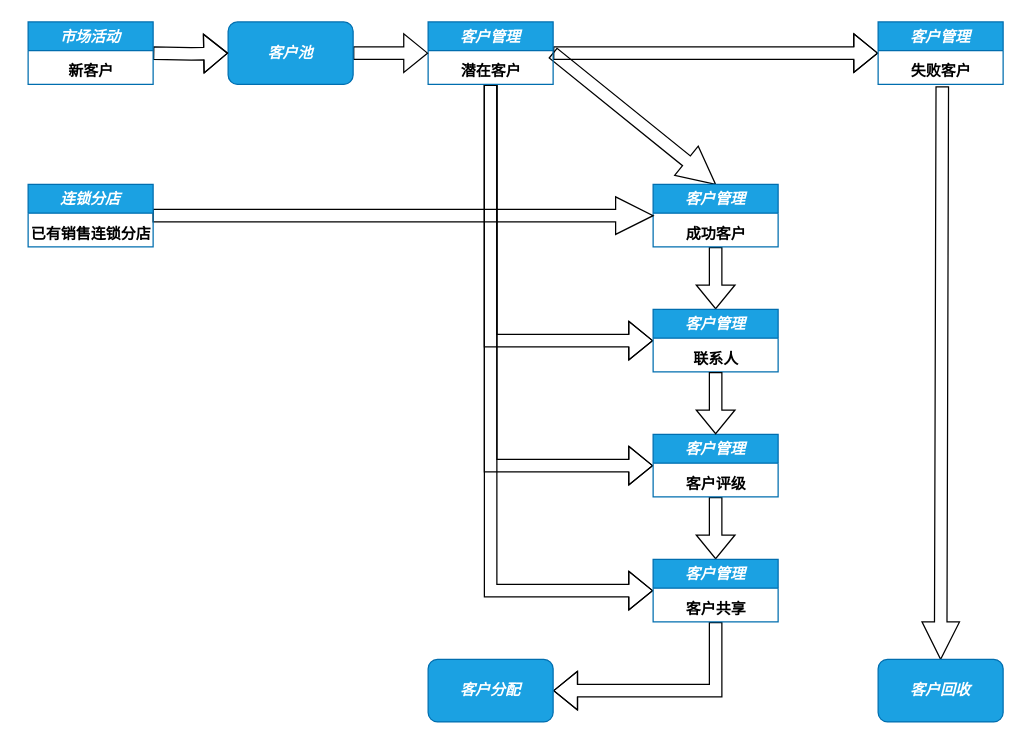
rosickyli/Oracle_function keeps this draw.io diagram as page "客户管理" (2 of 3) of Untitled Diagram.drawio. Above is the earlier version. Source tidied: cells renumbered, new cells numbered last; positions are measured from the earlier drawing's top-left corner, leaving out a move shared by most shapes. Both pictures are drawn from the tidied source at 125%, with x=0, y=0 at pixel (21, 21).
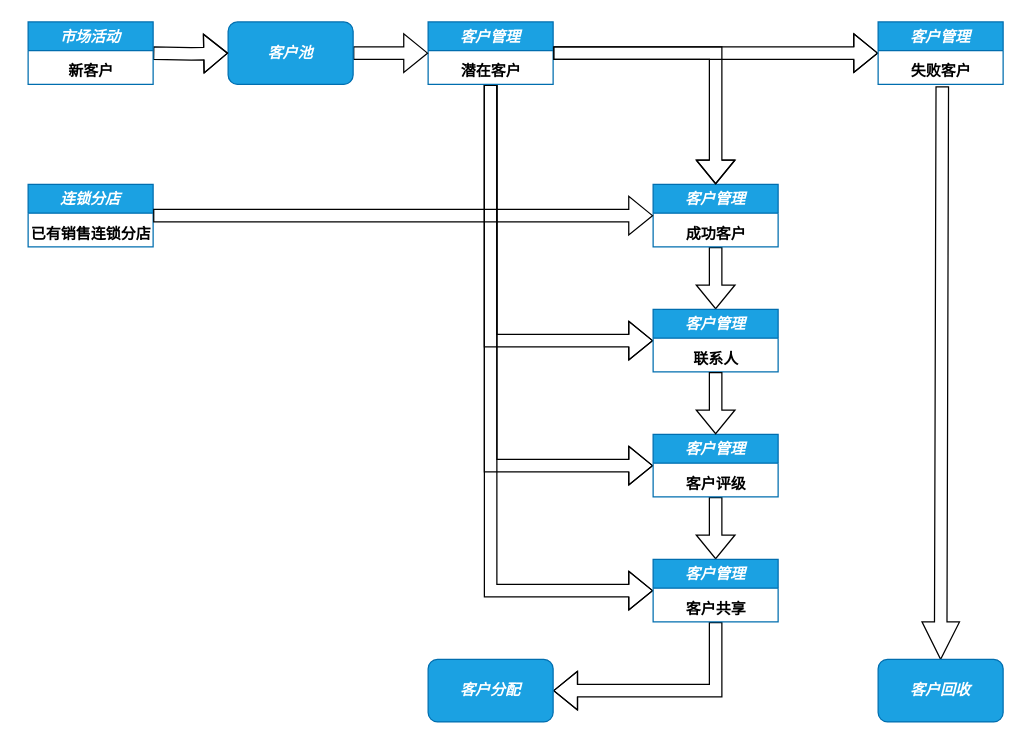
Above is the later version.

Unchanged cells that the change refers to:
```xml
<mxCell id="7" value="客户管理" style="swimlane;fontStyle=3;fillColor=#1ba1e2;strokeColor=#006EAF;fontColor=#ffffff;" parent="1" vertex="1">
  <mxGeometry x="325" width="100" height="50" as="geometry" />
</mxCell>
<mxCell id="10" value="客户管理" style="swimlane;fontStyle=3;fillColor=#1ba1e2;strokeColor=#006EAF;fontColor=#ffffff;" parent="1" vertex="1">
  <mxGeometry x="505" y="130" width="100" height="50" as="geometry" />
</mxCell>
<mxCell id="30" value="连锁分店" style="swimlane;fontStyle=3;fillColor=#1ba1e2;strokeColor=#006EAF;fontColor=#ffffff;" parent="1" vertex="1">
  <mxGeometry x="5" y="130" width="100" height="50" as="geometry" />
</mxCell>
```

Diff of the diagram source:
```diff
@@
-    <mxCell id="6" style="edgeStyle=none;shape=arrow;curved=1;rounded=0;jettySize=auto;html=1;entryX=0.5;entryY=0;entryDx=0;entryDy=0;endArrow=open;startSize=14;endSize=14;sourcePerimeterSpacing=8;targetPerimeterSpacing=8;" parent="1" edge="1" target="10">
-      <mxGeometry relative="1" as="geometry">
-        <mxPoint x="425" y="25" as="sourcePoint" />
-      </mxGeometry>
-    </mxCell>
@@
-    <mxCell id="29" style="edgeStyle=none;shape=arrow;curved=1;rounded=0;jettySize=auto;html=1;entryX=0;entryY=0.5;entryDx=0;entryDy=0;endArrow=open;startSize=14;endSize=14;sourcePerimeterSpacing=8;targetPerimeterSpacing=8;exitX=1;exitY=0.5;exitDx=0;exitDy=0;" parent="1" edge="1" source="30" target="10">
-      <mxGeometry relative="1" as="geometry" />
-    </mxCell>
@@
+    <mxCell id="34" style="edgeStyle=orthogonalEdgeStyle;shape=flexArrow;rounded=0;jettySize=auto;html=1;entryX=0.5;entryY=0;entryDx=0;entryDy=0;exitX=1;exitY=0.5;exitDx=0;exitDy=0;" parent="1" edge="1" source="7" target="10">
+      <mxGeometry relative="1" as="geometry" />
+    </mxCell>
+    <mxCell id="29" style="edgeStyle=orthogonalEdgeStyle;shape=flexArrow;rounded=0;jettySize=auto;html=1;entryX=0;entryY=0.5;entryDx=0;entryDy=0;exitX=1;exitY=0.5;exitDx=0;exitDy=0;" parent="1" edge="1" source="30" target="10">
+      <mxGeometry relative="1" as="geometry" />
+    </mxCell>
```
